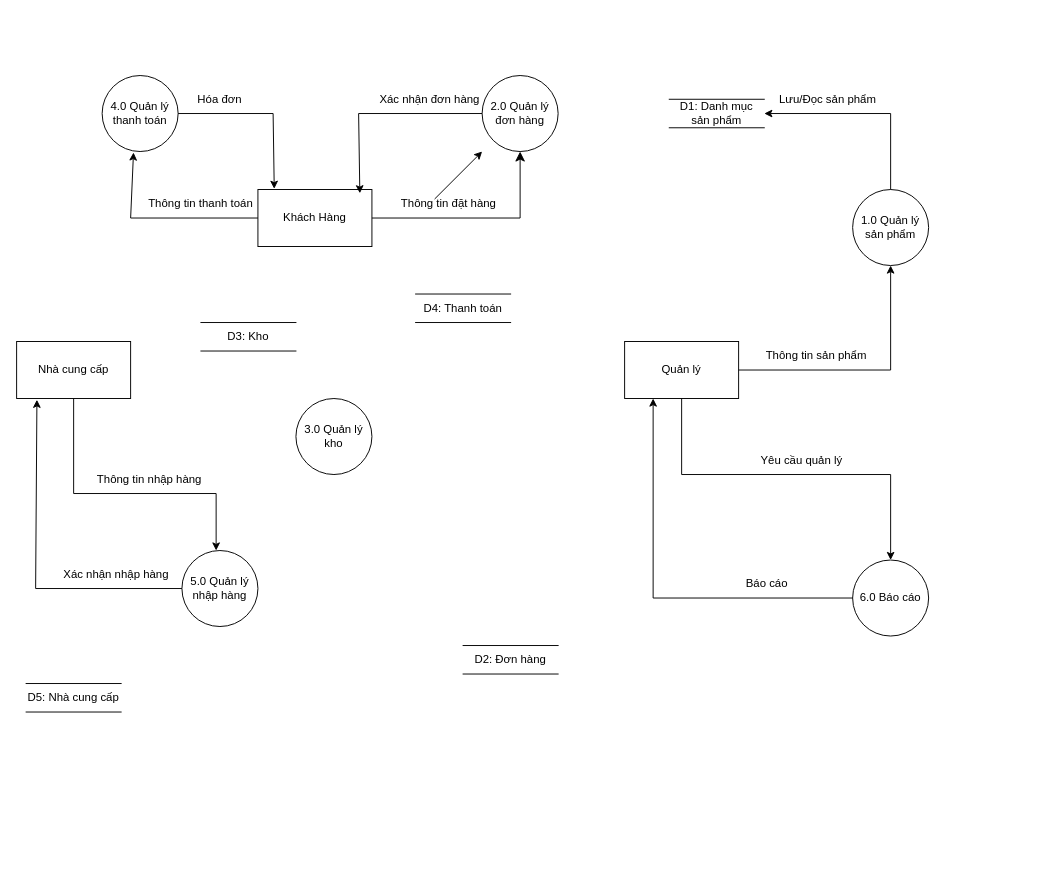
Huyenuiio/baitap keeps this draw.io diagram as DFD muc 01.drawio. Above is the earlier version. Source tidied: cells renumbered, new cells numbered last; positions are measured from the earlier drawing's top-left corner, leaving out a move shared by most shapes. Both pictures are drawn from the tidied source at 95%, with x=0, y=0 at pixel (16, 75).
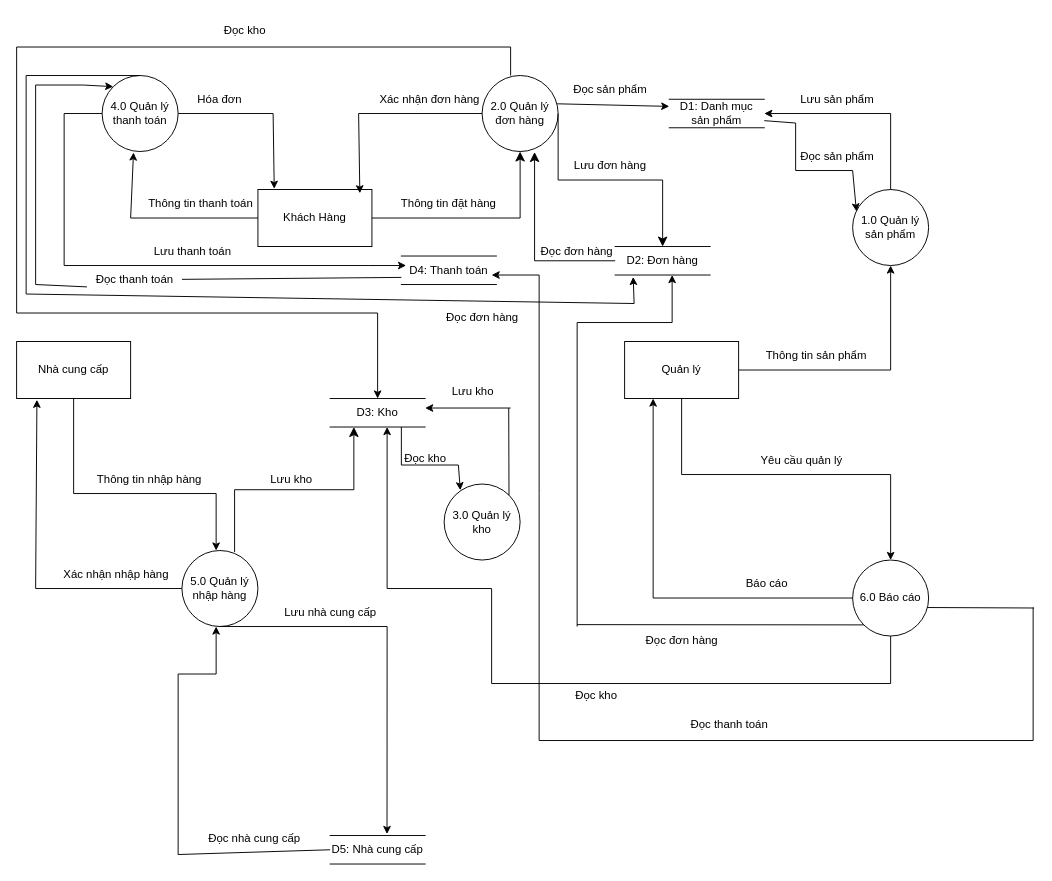
Above is the later version.

Commit message (it also covers changes not shown here):
Cập nhật DFD muc 01.drawio

The change refers to these unchanged cells:
```xml
<mxCell id="5" value="&lt;div&gt;1.0 Quản lý sản phẩm&lt;/div&gt;" style="ellipse;whiteSpace=wrap;html=1;" parent="1" vertex="1">
  <mxGeometry x="880" y="120" width="80" height="80" as="geometry" />
</mxCell>
<mxCell id="6" value="&lt;div&gt;2.0 Quản lý đơn hàng&lt;/div&gt;" style="ellipse;whiteSpace=wrap;html=1;" parent="1" vertex="1">
  <mxGeometry x="490" width="80" height="80" as="geometry" />
</mxCell>
<mxCell id="8" value="&lt;div&gt;5.0 Quản lý nhập hàng&lt;/div&gt;" style="ellipse;whiteSpace=wrap;html=1;" parent="1" vertex="1">
  <mxGeometry x="174" y="500" width="80" height="80" as="geometry" />
</mxCell>
<mxCell id="9" value="&lt;div&gt;6.0 Báo cáo&lt;/div&gt;" style="ellipse;whiteSpace=wrap;html=1;" parent="1" vertex="1">
  <mxGeometry x="880" y="510" width="80" height="80" as="geometry" />
</mxCell>
<mxCell id="10" value="&lt;div&gt;4.0 Quản lý thanh toán&lt;/div&gt;" style="ellipse;whiteSpace=wrap;html=1;" parent="1" vertex="1">
  <mxGeometry x="90" width="80" height="80" as="geometry" />
</mxCell>
<mxCell id="11" value="&lt;div&gt;D1: Danh mục sản phẩm&lt;/div&gt;" style="html=1;dashed=0;whiteSpace=wrap;shape=partialRectangle;right=0;left=0;" parent="1" vertex="1">
  <mxGeometry x="687" y="25" width="100" height="30" as="geometry" />
</mxCell>
```

Change to the diagram source:
```diff
@@
     <mxCell id="7" value="&lt;div&gt;3.0 Quản lý kho&lt;/div&gt;" style="ellipse;whiteSpace=wrap;html=1;" parent="1" vertex="1">
-      <mxGeometry x="294" y="340" width="80" height="80" as="geometry" />
+      <mxGeometry x="450" y="430" width="80" height="80" as="geometry" />
     </mxCell>
@@
     <mxCell id="12" value="&lt;div&gt;D2: Đơn hàng&lt;/div&gt;" style="html=1;dashed=0;whiteSpace=wrap;shape=partialRectangle;right=0;left=0;" parent="1" vertex="1">
-      <mxGeometry x="470" y="600" width="100" height="30" as="geometry" />
+      <mxGeometry x="630" y="180" width="100" height="30" as="geometry" />
     </mxCell>
     <mxCell id="13" value="&lt;div&gt;D3: Kho&lt;/div&gt;" style="html=1;dashed=0;whiteSpace=wrap;shape=partialRectangle;right=0;left=0;" parent="1" vertex="1">
-      <mxGeometry x="194" y="260" width="100" height="30" as="geometry" />
+      <mxGeometry x="330" y="340" width="100" height="30" as="geometry" />
     </mxCell>
     <mxCell id="14" value="&lt;div&gt;D4: Thanh toán&lt;/div&gt;" style="html=1;dashed=0;whiteSpace=wrap;shape=partialRectangle;right=0;left=0;" parent="1" vertex="1">
-      <mxGeometry x="420" y="230" width="100" height="30" as="geometry" />
+      <mxGeometry x="405" y="190" width="100" height="30" as="geometry" />
     </mxCell>
     <mxCell id="15" value="&lt;div&gt;D5: Nhà cung cấp&lt;/div&gt;" style="html=1;dashed=0;whiteSpace=wrap;shape=partialRectangle;right=0;left=0;" parent="1" vertex="1">
-      <mxGeometry x="10" y="640" width="100" height="30" as="geometry" />
+      <mxGeometry x="330" y="800" width="100" height="30" as="geometry" />
     </mxCell>
@@
     <mxCell id="36" style="endArrow=classic;html=1;rounded=0;" parent="1" edge="1">
       <mxGeometry relative="1" as="geometry">
-        <mxPoint x="440" y="130" as="sourcePoint" />
-        <mxPoint x="490" y="80" as="targetPoint" />
+        <mxPoint x="380" y="250" as="sourcePoint" />
+        <mxPoint x="380" y="340" as="targetPoint" />
       </mxGeometry>
     </mxCell>
@@
-    <mxCell id="47" value="&lt;div&gt;Lưu/Đọc sản phẩm&lt;/div&gt;" style="text;html=1;align=center;verticalAlign=middle;whiteSpace=wrap;rounded=0;" parent="1" vertex="1">
-      <mxGeometry x="800" y="10" width="108" height="30" as="geometry" />
+    <mxCell id="47" value="&lt;div&gt;Lưu sản phẩm&lt;/div&gt;" style="text;html=1;align=center;verticalAlign=middle;whiteSpace=wrap;rounded=0;" parent="1" vertex="1">
+      <mxGeometry x="810" y="10" width="108" height="30" as="geometry" />
     </mxCell>
+    <mxCell id="48" style="endArrow=none;html=1;rounded=0;exitX=1;exitY=0.75;exitDx=0;exitDy=0;" parent="1" edge="1" source="11">
+      <mxGeometry relative="1" as="geometry">
+        <mxPoint x="820" y="50" as="targetPoint" />
+      </mxGeometry>
+    </mxCell>
+    <mxCell id="49" style="endArrow=none;html=1;rounded=0;" parent="1" edge="1">
+      <mxGeometry relative="1" as="geometry">
+        <mxPoint x="820" y="50" as="sourcePoint" />
+        <mxPoint x="820" y="100" as="targetPoint" />
+      </mxGeometry>
+    </mxCell>
+    <mxCell id="50" style="endArrow=none;html=1;rounded=0;" parent="1" edge="1">
+      <mxGeometry relative="1" as="geometry">
+        <mxPoint x="820" y="100" as="sourcePoint" />
+        <mxPoint x="880" y="100" as="targetPoint" />
+      </mxGeometry>
+    </mxCell>
+    <mxCell id="51" style="endArrow=classic;html=1;rounded=0;entryX=0.05;entryY=0.288;entryDx=0;entryDy=0;entryPerimeter=0;" parent="1" edge="1" target="5">
+      <mxGeometry relative="1" as="geometry">
+        <mxPoint x="880" y="100" as="sourcePoint" />
+      </mxGeometry>
+    </mxCell>
+    <mxCell id="52" value="&lt;div&gt;Đọc sản phẩm&lt;/div&gt;" style="text;html=1;align=center;verticalAlign=middle;whiteSpace=wrap;rounded=0;" parent="1" vertex="1">
+      <mxGeometry x="824" y="70" width="80" height="30" as="geometry" />
+    </mxCell>
+    <mxCell id="53" style="edgeStyle=elbowEdgeStyle;elbow=vertical;endArrow=classic;html=1;curved=0;rounded=0;endSize=8;startSize=8;exitX=1;exitY=0.5;exitDx=0;exitDy=0;entryX=0.5;entryY=0;entryDx=0;entryDy=0;" parent="1" edge="1" source="6" target="12">
+      <mxGeometry relative="1" as="geometry" />
+    </mxCell>
+    <mxCell id="54" value="&lt;div&gt;Lưu đơn hàng&lt;/div&gt;" style="text;html=1;align=center;verticalAlign=middle;whiteSpace=wrap;rounded=0;" parent="1" vertex="1">
+      <mxGeometry x="580" y="80" width="90" height="30" as="geometry" />
+    </mxCell>
+    <mxCell id="55" style="edgeStyle=segmentEdgeStyle;endArrow=classic;html=1;curved=0;rounded=0;endSize=8;startSize=8;exitX=0;exitY=0.5;exitDx=0;exitDy=0;entryX=0.69;entryY=1.007;entryDx=0;entryDy=0;entryPerimeter=0;" parent="1" edge="1" source="12" target="6">
+      <mxGeometry relative="1" as="geometry" />
+    </mxCell>
+    <mxCell id="56" value="&lt;div&gt;Đọc đơn hàng&lt;/div&gt;" style="text;html=1;align=center;verticalAlign=middle;whiteSpace=wrap;rounded=0;" parent="1" vertex="1">
+      <mxGeometry x="550" y="170" width="80" height="30" as="geometry" />
+    </mxCell>
+    <mxCell id="57" style="endArrow=classic;html=1;rounded=0;exitX=0.987;exitY=0.372;exitDx=0;exitDy=0;exitPerimeter=0;entryX=0;entryY=0.25;entryDx=0;entryDy=0;" parent="1" edge="1" source="6" target="11">
+      <mxGeometry relative="1" as="geometry" />
+    </mxCell>
+    <mxCell id="58" value="&lt;div&gt;Đọc sản phẩm&lt;/div&gt;" style="text;html=1;align=center;verticalAlign=middle;whiteSpace=wrap;rounded=0;" parent="1" vertex="1">
+      <mxGeometry x="570" width="110" height="30" as="geometry" />
+    </mxCell>
+    <mxCell id="59" style="endArrow=none;html=1;rounded=0;exitX=0.375;exitY=0;exitDx=0;exitDy=0;exitPerimeter=0;" parent="1" edge="1" source="6">
+      <mxGeometry relative="1" as="geometry">
+        <mxPoint x="520" y="-30" as="targetPoint" />
+      </mxGeometry>
+    </mxCell>
+    <mxCell id="60" style="endArrow=none;html=1;rounded=0;" parent="1" edge="1">
+      <mxGeometry relative="1" as="geometry">
+        <mxPoint x="520" y="-30" as="sourcePoint" />
+        <mxPoint y="-30" as="targetPoint" />
+      </mxGeometry>
+    </mxCell>
+    <mxCell id="61" style="endArrow=none;html=1;rounded=0;" parent="1" edge="1">
+      <mxGeometry relative="1" as="geometry">
+        <mxPoint y="-30" as="sourcePoint" />
+        <mxPoint y="250" as="targetPoint" />
+      </mxGeometry>
+    </mxCell>
+    <mxCell id="62" style="endArrow=none;html=1;rounded=0;" parent="1" edge="1">
+      <mxGeometry relative="1" as="geometry">
+        <mxPoint y="250" as="sourcePoint" />
+        <mxPoint x="380" y="250" as="targetPoint" />
+      </mxGeometry>
+    </mxCell>
+    <mxCell id="63" value="&lt;div&gt;Đọc kho&lt;/div&gt;" style="text;html=1;align=center;verticalAlign=middle;strokeColor=none;fillColor=none;" parent="1" vertex="1">
+      <mxGeometry x="205" y="-62" width="70" height="30" as="geometry" />
+    </mxCell>
+    <mxCell id="64" style="endArrow=none;html=1;rounded=0;exitX=1;exitY=0;exitDx=0;exitDy=0;" parent="1" edge="1" source="7">
+      <mxGeometry relative="1" as="geometry">
+        <mxPoint x="518" y="350" as="targetPoint" />
+      </mxGeometry>
+    </mxCell>
+    <mxCell id="65" style="endArrow=classic;html=1;rounded=0;" parent="1" edge="1">
+      <mxGeometry relative="1" as="geometry">
+        <mxPoint x="520" y="350" as="sourcePoint" />
+        <mxPoint x="430" y="350" as="targetPoint" />
+      </mxGeometry>
+    </mxCell>
+    <mxCell id="66" value="&lt;div&gt;Lưu kho&lt;/div&gt;" style="text;html=1;align=center;verticalAlign=middle;strokeColor=none;fillColor=none;" parent="1" vertex="1">
+      <mxGeometry x="445" y="318" width="70" height="30" as="geometry" />
+    </mxCell>
+    <mxCell id="67" style="endArrow=none;html=1;rounded=0;exitX=0.75;exitY=1;exitDx=0;exitDy=0;" parent="1" edge="1" source="13">
+      <mxGeometry relative="1" as="geometry">
+        <mxPoint x="405" y="410" as="targetPoint" />
+      </mxGeometry>
+    </mxCell>
+    <mxCell id="68" style="endArrow=none;html=1;rounded=0;" parent="1" edge="1">
+      <mxGeometry relative="1" as="geometry">
+        <mxPoint x="405" y="410" as="sourcePoint" />
+        <mxPoint x="465" y="410" as="targetPoint" />
+      </mxGeometry>
+    </mxCell>
+    <mxCell id="69" style="endArrow=classic;html=1;rounded=0;entryX=0.213;entryY=0.081;entryDx=0;entryDy=0;entryPerimeter=0;" parent="1" edge="1" target="7">
+      <mxGeometry relative="1" as="geometry">
+        <mxPoint x="465" y="410" as="sourcePoint" />
+      </mxGeometry>
+    </mxCell>
+    <mxCell id="70" value="&lt;div&gt;Đọc kho&lt;/div&gt;" style="text;html=1;align=center;verticalAlign=middle;strokeColor=none;fillColor=none;" parent="1" vertex="1">
+      <mxGeometry x="395" y="388" width="70" height="30" as="geometry" />
+    </mxCell>
+    <mxCell id="71" style="endArrow=none;html=1;rounded=0;exitX=0;exitY=0.5;exitDx=0;exitDy=0;" parent="1" edge="1" source="10">
+      <mxGeometry relative="1" as="geometry">
+        <mxPoint x="50" y="40" as="targetPoint" />
+      </mxGeometry>
+    </mxCell>
+    <mxCell id="72" style="endArrow=none;html=1;rounded=0;" parent="1" edge="1">
+      <mxGeometry relative="1" as="geometry">
+        <mxPoint x="50" y="40" as="sourcePoint" />
+        <mxPoint x="50" y="200" as="targetPoint" />
+      </mxGeometry>
+    </mxCell>
+    <mxCell id="73" style="endArrow=none;html=1;rounded=0;" parent="1" edge="1">
+      <mxGeometry relative="1" as="geometry">
+        <mxPoint x="50" y="200" as="sourcePoint" />
+        <mxPoint x="370" y="200" as="targetPoint" />
+      </mxGeometry>
+    </mxCell>
+    <mxCell id="74" style="endArrow=classic;html=1;rounded=0;" parent="1" edge="1">
+      <mxGeometry relative="1" as="geometry">
+        <mxPoint x="370" y="200" as="sourcePoint" />
+        <mxPoint x="410" y="200" as="targetPoint" />
+      </mxGeometry>
+    </mxCell>
+    <mxCell id="75" value="&lt;div&gt;Lưu thanh toán&lt;/div&gt;" style="text;html=1;align=center;verticalAlign=middle;strokeColor=none;fillColor=none;" parent="1" vertex="1">
+      <mxGeometry x="135" y="170" width="100" height="30" as="geometry" />
+    </mxCell>
+    <mxCell id="76" style="endArrow=none;html=1;rounded=0;exitX=0;exitY=0.75;exitDx=0;exitDy=0;" parent="1" edge="1" source="81">
+      <mxGeometry relative="1" as="geometry">
+        <mxPoint x="20" y="220" as="targetPoint" />
+      </mxGeometry>
+    </mxCell>
+    <mxCell id="77" style="endArrow=none;html=1;rounded=0;" parent="1" edge="1">
+      <mxGeometry relative="1" as="geometry">
+        <mxPoint x="20" y="220" as="sourcePoint" />
+        <mxPoint x="20" y="10" as="targetPoint" />
+      </mxGeometry>
+    </mxCell>
+    <mxCell id="78" style="endArrow=none;html=1;rounded=0;" parent="1" edge="1">
+      <mxGeometry relative="1" as="geometry">
+        <mxPoint x="20" y="10" as="sourcePoint" />
+        <mxPoint x="70" y="10" as="targetPoint" />
+      </mxGeometry>
+    </mxCell>
+    <mxCell id="79" style="endArrow=classic;html=1;rounded=0;entryX=0;entryY=0;entryDx=0;entryDy=0;" parent="1" edge="1" target="10">
+      <mxGeometry relative="1" as="geometry">
+        <mxPoint x="70" y="10" as="sourcePoint" />
+      </mxGeometry>
+    </mxCell>
+    <mxCell id="80" style="endArrow=none;html=1;rounded=0;exitX=0;exitY=0.75;exitDx=0;exitDy=0;" parent="1" edge="1" source="14" target="81">
+      <mxGeometry relative="1" as="geometry" />
+    </mxCell>
+    <mxCell id="81" value="&lt;div&gt;Đọc thanh toán&lt;/div&gt;" style="text;html=1;align=center;verticalAlign=middle;points=[];strokeColor=none;fillColor=none;" parent="1" vertex="1">
+      <mxGeometry x="74" y="200" width="100" height="30" as="geometry" />
+    </mxCell>
+    <mxCell id="82" style="endArrow=none;html=1;rounded=0;exitX=0.5;exitY=0;exitDx=0;exitDy=0;" parent="1" edge="1" source="10">
+      <mxGeometry relative="1" as="geometry">
+        <mxPoint x="10" as="targetPoint" />
+      </mxGeometry>
+    </mxCell>
+    <mxCell id="83" style="endArrow=none;html=1;rounded=0;" parent="1" edge="1">
+      <mxGeometry relative="1" as="geometry">
+        <mxPoint x="10" as="sourcePoint" />
+        <mxPoint x="10" y="230" as="targetPoint" />
+      </mxGeometry>
+    </mxCell>
+    <mxCell id="84" style="endArrow=none;html=1;rounded=0;" parent="1" edge="1">
+      <mxGeometry relative="1" as="geometry">
+        <mxPoint x="10" y="230" as="sourcePoint" />
+        <mxPoint x="650" y="240" as="targetPoint" />
+      </mxGeometry>
+    </mxCell>
+    <mxCell id="85" style="endArrow=classic;html=1;rounded=0;entryX=0.19;entryY=1.067;entryDx=0;entryDy=0;entryPerimeter=0;" parent="1" edge="1" target="12">
+      <mxGeometry relative="1" as="geometry">
+        <mxPoint x="650" y="240" as="sourcePoint" />
+      </mxGeometry>
+    </mxCell>
+    <mxCell id="86" value="&lt;div&gt;Đọc đơn hàng&lt;/div&gt;" style="text;html=1;align=center;verticalAlign=middle;strokeColor=none;fillColor=none;" parent="1" vertex="1">
+      <mxGeometry x="440" y="240" width="100" height="30" as="geometry" />
+    </mxCell>
+    <mxCell id="87" style="endArrow=none;html=1;rounded=0;exitX=0.5;exitY=1;exitDx=0;exitDy=0;" parent="1" edge="1" source="8">
+      <mxGeometry relative="1" as="geometry">
+        <mxPoint x="390" y="580" as="targetPoint" />
+      </mxGeometry>
+    </mxCell>
+    <mxCell id="88" style="endArrow=classic;html=1;rounded=0;entryX=0.599;entryY=-0.053;entryDx=0;entryDy=0;entryPerimeter=0;" parent="1" edge="1" target="15">
+      <mxGeometry relative="1" as="geometry">
+        <mxPoint x="390" y="580" as="sourcePoint" />
+      </mxGeometry>
+    </mxCell>
+    <mxCell id="89" value="&lt;div&gt;Lưu nhà cung cấp&lt;/div&gt;" style="text;html=1;align=center;verticalAlign=middle;strokeColor=none;fillColor=none;" parent="1" vertex="1">
+      <mxGeometry x="270" y="550" width="120" height="30" as="geometry" />
+    </mxCell>
+    <mxCell id="90" style="endArrow=none;html=1;rounded=0;exitX=0;exitY=0.5;exitDx=0;exitDy=0;" parent="1" edge="1" source="15">
+      <mxGeometry relative="1" as="geometry">
+        <mxPoint x="170" y="820" as="targetPoint" />
+      </mxGeometry>
+    </mxCell>
+    <mxCell id="91" style="endArrow=none;html=1;rounded=0;" parent="1" edge="1">
+      <mxGeometry relative="1" as="geometry">
+        <mxPoint x="170" y="820" as="sourcePoint" />
+        <mxPoint x="170" y="630" as="targetPoint" />
+      </mxGeometry>
+    </mxCell>
+    <mxCell id="92" style="endArrow=none;html=1;rounded=0;" parent="1" edge="1">
+      <mxGeometry relative="1" as="geometry">
+        <mxPoint x="170" y="630" as="sourcePoint" />
+        <mxPoint x="210" y="630" as="targetPoint" />
+      </mxGeometry>
+    </mxCell>
+    <mxCell id="93" style="endArrow=classic;html=1;rounded=0;" parent="1" edge="1">
+      <mxGeometry relative="1" as="geometry">
+        <mxPoint x="210" y="630" as="sourcePoint" />
+        <mxPoint x="210" y="580" as="targetPoint" />
+      </mxGeometry>
+    </mxCell>
+    <mxCell id="94" value="Đọc nhà cung cấp" style="text;html=1;align=center;verticalAlign=middle;strokeColor=none;fillColor=none;" parent="1" vertex="1">
+      <mxGeometry x="190" y="788" width="120" height="30" as="geometry" />
+    </mxCell>
+    <mxCell id="95" style="edgeStyle=elbowEdgeStyle;elbow=vertical;endArrow=classic;html=1;curved=0;rounded=0;endSize=8;startSize=8;exitX=0.693;exitY=0.02;exitDx=0;exitDy=0;exitPerimeter=0;entryX=0.25;entryY=1;entryDx=0;entryDy=0;" parent="1" edge="1" source="8" target="13">
+      <mxGeometry relative="1" as="geometry" />
+    </mxCell>
+    <mxCell id="96" value="&lt;div&gt;Lưu kho&lt;/div&gt;" style="text;html=1;align=center;verticalAlign=middle;strokeColor=none;fillColor=none;" parent="1" vertex="1">
+      <mxGeometry x="254" y="410" width="70" height="30" as="geometry" />
+    </mxCell>
+    <mxCell id="97" style="endArrow=none;html=1;rounded=0;exitX=0;exitY=1;exitDx=0;exitDy=0;" parent="1" edge="1" source="9">
+      <mxGeometry relative="1" as="geometry">
+        <mxPoint x="590" y="578" as="targetPoint" />
+      </mxGeometry>
+    </mxCell>
+    <mxCell id="98" style="endArrow=none;html=1;rounded=0;" parent="1" edge="1">
+      <mxGeometry relative="1" as="geometry">
+        <mxPoint x="590" y="580" as="sourcePoint" />
+        <mxPoint x="590" y="260" as="targetPoint" />
+      </mxGeometry>
+    </mxCell>
+    <mxCell id="99" style="endArrow=none;html=1;rounded=0;" parent="1" edge="1">
+      <mxGeometry relative="1" as="geometry">
+        <mxPoint x="590" y="260" as="sourcePoint" />
+        <mxPoint x="690" y="260" as="targetPoint" />
+      </mxGeometry>
+    </mxCell>
+    <mxCell id="100" style="endArrow=classic;html=1;rounded=0;entryX=0.6;entryY=1;entryDx=0;entryDy=0;entryPerimeter=0;" parent="1" edge="1" target="12">
+      <mxGeometry relative="1" as="geometry">
+        <mxPoint x="690" y="260" as="sourcePoint" />
+      </mxGeometry>
+    </mxCell>
+    <mxCell id="101" value="&lt;div&gt;Đọc đơn hàng&lt;/div&gt;" style="text;html=1;align=center;verticalAlign=middle;strokeColor=none;fillColor=none;" parent="1" vertex="1">
+      <mxGeometry x="650" y="580" width="100" height="30" as="geometry" />
+    </mxCell>
+    <mxCell id="102" style="endArrow=none;html=1;rounded=0;exitX=0.5;exitY=1;exitDx=0;exitDy=0;" parent="1" edge="1" source="9">
+      <mxGeometry relative="1" as="geometry">
+        <mxPoint x="920" y="640" as="targetPoint" />
+      </mxGeometry>
+    </mxCell>
+    <mxCell id="103" style="endArrow=none;html=1;rounded=0;" parent="1" edge="1">
+      <mxGeometry relative="1" as="geometry">
+        <mxPoint x="920" y="640" as="sourcePoint" />
+        <mxPoint x="500" y="640" as="targetPoint" />
+      </mxGeometry>
+    </mxCell>
+    <mxCell id="104" style="endArrow=none;html=1;rounded=0;" parent="1" edge="1">
+      <mxGeometry relative="1" as="geometry">
+        <mxPoint x="500" y="640" as="sourcePoint" />
+        <mxPoint x="500" y="540" as="targetPoint" />
+      </mxGeometry>
+    </mxCell>
+    <mxCell id="105" style="endArrow=none;html=1;rounded=0;" parent="1" edge="1">
+      <mxGeometry relative="1" as="geometry">
+        <mxPoint x="500" y="540" as="sourcePoint" />
+        <mxPoint x="390" y="540" as="targetPoint" />
+      </mxGeometry>
+    </mxCell>
+    <mxCell id="106" style="endArrow=classic;html=1;rounded=0;entryX=0.6;entryY=1;entryDx=0;entryDy=0;entryPerimeter=0;" parent="1" edge="1" target="13">
+      <mxGeometry relative="1" as="geometry">
+        <mxPoint x="390" y="540" as="sourcePoint" />
+      </mxGeometry>
+    </mxCell>
+    <mxCell id="107" value="&lt;div&gt;Đọc kho&lt;/div&gt;" style="text;html=1;align=center;verticalAlign=middle;strokeColor=none;fillColor=none;" parent="1" vertex="1">
+      <mxGeometry x="575" y="638" width="70" height="30" as="geometry" />
+    </mxCell>
+    <mxCell id="108" style="endArrow=none;html=1;rounded=0;exitX=0.986;exitY=0.625;exitDx=0;exitDy=0;exitPerimeter=0;" parent="1" edge="1" source="9">
+      <mxGeometry relative="1" as="geometry">
+        <mxPoint x="1071" y="560.5" as="targetPoint" />
+      </mxGeometry>
+    </mxCell>
+    <mxCell id="109" style="endArrow=none;html=1;rounded=0;" parent="1" edge="1">
+      <mxGeometry relative="1" as="geometry">
+        <mxPoint x="1070" y="560" as="sourcePoint" />
+        <mxPoint x="1070" y="700" as="targetPoint" />
+      </mxGeometry>
+    </mxCell>
+    <mxCell id="110" style="endArrow=none;html=1;rounded=0;" parent="1" edge="1">
+      <mxGeometry relative="1" as="geometry">
+        <mxPoint x="1070" y="700" as="sourcePoint" />
+        <mxPoint x="550" y="700" as="targetPoint" />
+      </mxGeometry>
+    </mxCell>
+    <mxCell id="111" style="endArrow=classic;html=1;rounded=0;" parent="1" edge="1">
+      <mxGeometry relative="1" as="geometry">
+        <mxPoint x="550" y="210" as="sourcePoint" />
+        <mxPoint x="500" y="210" as="targetPoint" />
+      </mxGeometry>
+    </mxCell>
+    <mxCell id="112" style="endArrow=none;html=1;rounded=0;" parent="1" edge="1">
+      <mxGeometry relative="1" as="geometry">
+        <mxPoint x="550" y="700" as="sourcePoint" />
+        <mxPoint x="550" y="210" as="targetPoint" />
+        <Array as="points">
+          <mxPoint x="550" y="440" />
+        </Array>
+      </mxGeometry>
+    </mxCell>
+    <mxCell id="113" value="&lt;div&gt;Đọc thanh toán&lt;/div&gt;" style="text;html=1;align=center;verticalAlign=middle;strokeColor=none;fillColor=none;" parent="1" vertex="1">
+      <mxGeometry x="700" y="668" width="100" height="30" as="geometry" />
+    </mxCell>
```
